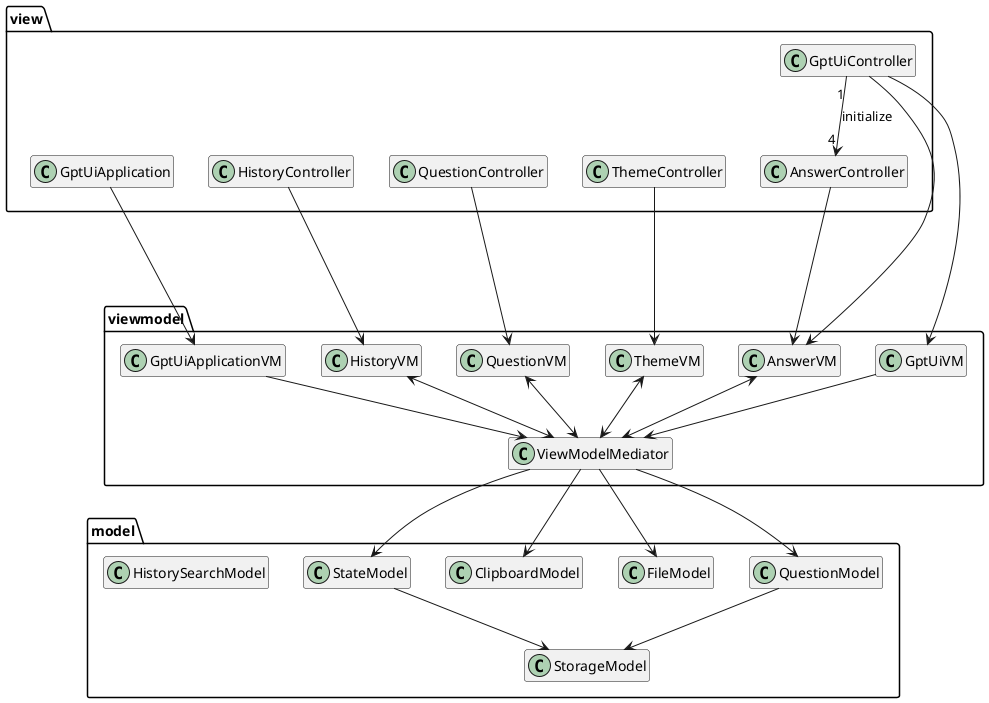
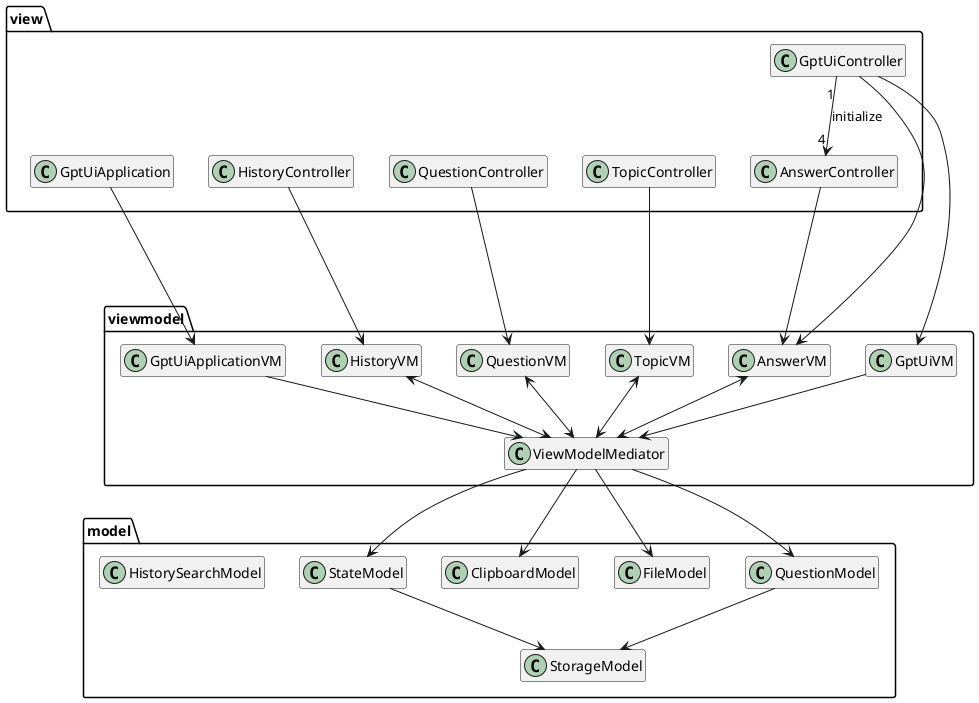
@startuml
hide empty members

package view {
    class GptUiController
    together {
        class GptUiApplication
        class HistoryController
        class QuestionController
-         class ThemeController
+         class TopicController
        class AnswerController
    }
}

package viewmodel {
    class GptUiApplicationVM
    class AnswerVM
    class GptUiVM
    class HistoryVM
    class QuestionVM
-     class ThemeVM
+     class TopicVM
    class ViewModelMediator
}

package model{
    class StateModel
    class ClipboardModel
    class FileModel
    class QuestionModel
    class StorageModel
    class HistorySearchModel
}

GptUiApplication --> GptUiApplicationVM

GptUiApplicationVM --> ViewModelMediator

- ThemeController ---> ThemeVM
+ TopicController ---> TopicVM
QuestionController ---> QuestionVM
HistoryController ---> HistoryVM
AnswerController --> AnswerVM

GptUiController "1" --> "4" AnswerController: initialize
GptUiController --> AnswerVM
GptUiController --> GptUiVM

- ThemeVM <--> ViewModelMediator
+ TopicVM <--> ViewModelMediator
QuestionVM <--> ViewModelMediator
HistoryVM <--> ViewModelMediator
GptUiVM --> ViewModelMediator
AnswerVM <--> ViewModelMediator

StateModel --> StorageModel
QuestionModel --> StorageModel

ViewModelMediator --> StateModel
ViewModelMediator --> QuestionModel
ViewModelMediator --> ClipboardModel
ViewModelMediator --> FileModel


@enduml